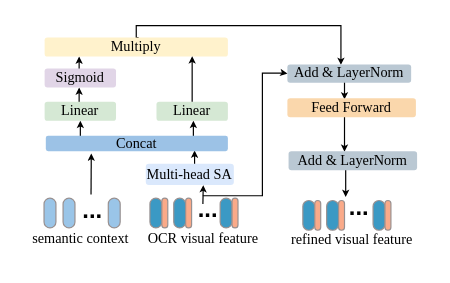
B-matchlsr/awesome-python-cn keeps this draw.io diagram as figure2.drawio. Above is the earlier version. Source tidied: cells renumbered, new cells numbered last; positions are measured from the earlier drawing's top-left corner, leaving out a move shared by most shapes. Both pictures are drawn from the tidied source at 119%, with x=0, y=0 at pixel (19, 25).
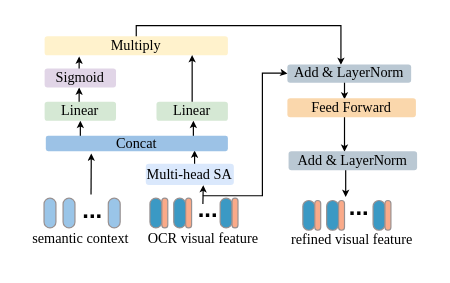
The same diagram, later.

Diff of the diagram source:
```diff
@@
-    <mxCell id="12" style="edgeStyle=orthogonalEdgeStyle;rounded=0;jettySize=auto;html=1;exitX=0.513;exitY=0;exitDx=0;exitDy=0;endSize=3;exitPerimeter=0;" parent="1" edge="1" source="13">
+    <mxCell id="12" style="edgeStyle=orthogonalEdgeStyle;rounded=0;orthogonalLoop=1;jettySize=auto;html=1;exitX=0.513;exitY=0;exitDx=0;exitDy=0;endSize=3;exitPerimeter=0;" parent="1" edge="1">
       <mxGeometry relative="1" as="geometry">
+        <mxPoint x="100" y="10" as="sourcePoint" />
         <mxPoint x="270" y="33" as="targetPoint" />
         <Array as="points">
           <mxPoint x="98" y="10" />
           <mxPoint x="98" />
           <mxPoint x="270" />
         </Array>
       </mxGeometry>
     </mxCell>
     <mxCell id="13" value="&lt;font face=&quot;Times New Roman&quot;&gt;Multiply&lt;/font&gt;" style="rounded=1;whiteSpace=wrap;html=1;fillColor=#fff2cc;strokeColor=none;" parent="1" vertex="1">
-      <mxGeometry x="21" y="10" width="154" height="16" as="geometry" />
+      <mxGeometry x="21" y="9" width="154" height="16" as="geometry" />
     </mxCell>
```
